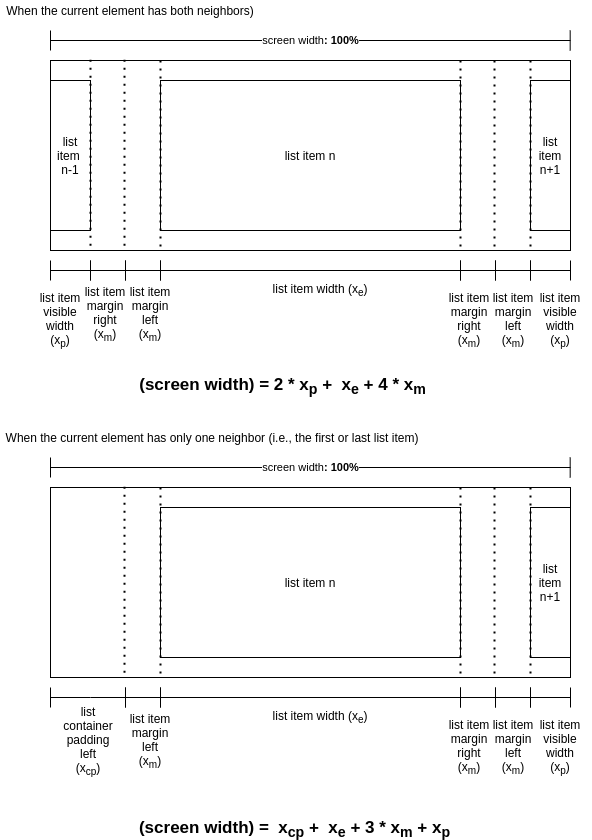
The draw.io diagram list-item-layout-2.png in stsiwo/stsDev-article-horizontal-scroll-list, before a commit. Source tidied: cells renumbered, new cells last; positions are measured from the earlier drawing's top-left corner, leaving out a move shared by most shapes.
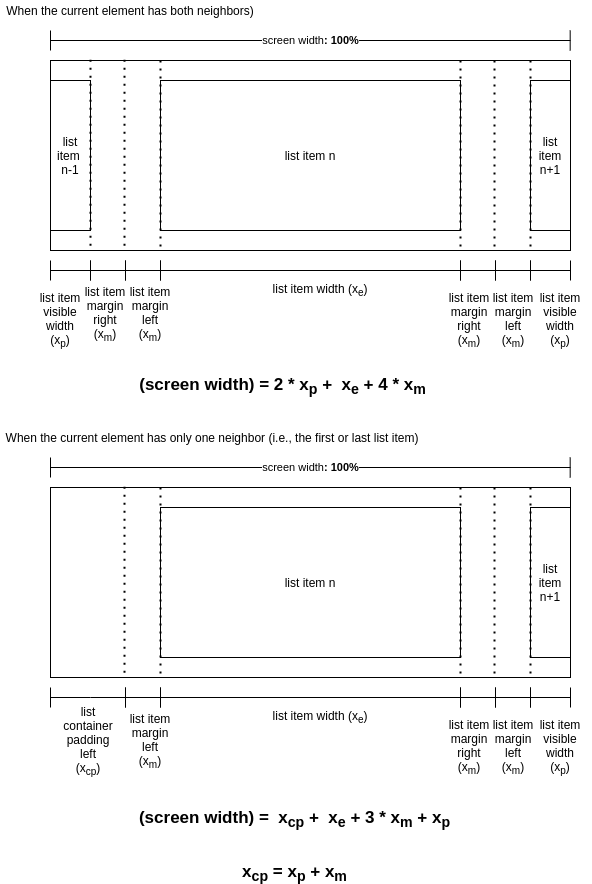
After the change.

What changed in the source:
```diff
@@ -454,7 +454,10 @@
       <mxGeometry x="81.5" y="375" width="401" height="20" as="geometry" />
     </mxCell>
     <mxCell id="96" value="&lt;font style=&quot;font-size: 17px&quot;&gt;&lt;b&gt;(screen width) =&amp;nbsp; x&lt;sub&gt;cp&lt;/sub&gt;&amp;nbsp;+&amp;nbsp;&amp;nbsp;&lt;/b&gt;&lt;b&gt;x&lt;sub&gt;e&lt;/sub&gt;&lt;/b&gt;&lt;b&gt;&amp;nbsp;+ 3 *&amp;nbsp;&lt;/b&gt;&lt;b&gt;x&lt;sub&gt;m&lt;/sub&gt;&amp;nbsp;+&amp;nbsp;&lt;/b&gt;&lt;/font&gt;&lt;b style=&quot;font-size: 17px&quot;&gt;x&lt;sub&gt;p&lt;/sub&gt;&lt;/b&gt;" style="text;html=1;strokeColor=none;fillColor=none;align=center;verticalAlign=middle;whiteSpace=wrap;rounded=0;" parent="1" vertex="1">
-      <mxGeometry x="94" y="818" width="401" height="20" as="geometry" />
+      <mxGeometry x="94" y="808" width="401" height="20" as="geometry" />
     </mxCell>
+    <mxCell id="97" value="&lt;font style=&quot;font-size: 17px&quot;&gt;&lt;b&gt;x&lt;sub&gt;cp&lt;/sub&gt;&amp;nbsp;=&amp;nbsp;&lt;/b&gt;&lt;b&gt;x&lt;sub&gt;p&lt;/sub&gt;&lt;/b&gt;&lt;b&gt;&amp;nbsp;+&amp;nbsp;&lt;/b&gt;&lt;b&gt;x&lt;sub&gt;m&lt;/sub&gt;&lt;/b&gt;&lt;/font&gt;" style="text;html=1;strokeColor=none;fillColor=none;align=center;verticalAlign=middle;whiteSpace=wrap;rounded=0;" parent="1" vertex="1">
+      <mxGeometry x="94" y="862" width="401" height="20" as="geometry" />
+    </mxCell>
   </root>
 </mxGraphModel>
```
